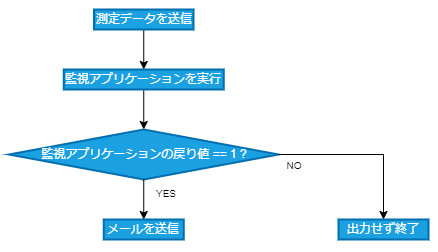
The draw.io diagram docs/img/usecase2_flowchart.drawio.png in Project-GAUDI/ApplicationController, before a commit. Source tidied: cells renumbered, new cells last; positions are measured from the earlier drawing's top-left corner, leaving out a move shared by most shapes. Source of this version:
```xml
<mxGraphModel>
  <root>
    <mxCell id="0" />
    <mxCell id="1" parent="0" />
    <mxCell id="2" value="&lt;p style=&quot;line-height: 200%&quot;&gt;&lt;/p&gt;&lt;div style=&quot;text-align: left&quot;&gt;&lt;br&gt;&lt;/div&gt;&lt;p&gt;&lt;/p&gt;" style="rounded=0;whiteSpace=wrap;html=1;fillColor=#FFFFFF;strokeColor=none;" parent="1" vertex="1">
      <mxGeometry width="437" height="250" as="geometry" />
    </mxCell>
    <mxCell id="3" style="edgeStyle=none;html=1;exitX=0.5;exitY=1;exitDx=0;exitDy=0;entryX=0.5;entryY=0;entryDx=0;entryDy=0;strokeColor=#000000;" parent="1" edge="1" source="4" target="6">
      <mxGeometry relative="1" as="geometry" />
    </mxCell>
    <mxCell id="4" value="測定データを送信" style="whiteSpace=wrap;html=1;strokeWidth=2;fillColor=#1ba1e2;fontColor=#ffffff;strokeColor=#006EAF;" parent="1" vertex="1">
      <mxGeometry x="93.5" y="9" width="99.5" height="20" as="geometry" />
    </mxCell>
    <mxCell id="5" style="edgeStyle=none;html=1;exitX=0.5;exitY=1;exitDx=0;exitDy=0;entryX=0.5;entryY=0;entryDx=0;entryDy=0;entryPerimeter=0;strokeColor=#000000;" parent="1" edge="1" source="6" target="7">
      <mxGeometry relative="1" as="geometry" />
    </mxCell>
    <mxCell id="6" value="監視アプリケーションを実行" style="whiteSpace=wrap;html=1;strokeWidth=2;fillColor=#1ba1e2;fontColor=#ffffff;strokeColor=#006EAF;" parent="1" vertex="1">
      <mxGeometry x="63.2" y="69" width="160" height="20" as="geometry" />
    </mxCell>
    <mxCell id="7" value="監視アプリケーションの戻り値 == 1 ?" style="strokeWidth=2;html=1;shape=mxgraph.flowchart.decision;whiteSpace=wrap;fillColor=#1ba1e2;fontColor=#ffffff;strokeColor=#006EAF;" parent="1" vertex="1">
      <mxGeometry x="8.5" y="129" width="269.5" height="50" as="geometry" />
    </mxCell>
    <mxCell id="8" value="メールを送信" style="whiteSpace=wrap;html=1;strokeWidth=2;fillColor=#1ba1e2;fontColor=#ffffff;strokeColor=#006EAF;" parent="1" vertex="1">
      <mxGeometry x="103.2" y="219" width="80" height="20" as="geometry" />
    </mxCell>
    <mxCell id="9" value="&lt;font style=&quot;font-size: 10px&quot;&gt;YES&lt;/font&gt;" style="text;html=1;strokeColor=none;fillColor=none;align=center;verticalAlign=middle;whiteSpace=wrap;rounded=0;fontColor=#000000;" parent="1" vertex="1">
      <mxGeometry x="141" y="179" width="50" height="27" as="geometry" />
    </mxCell>
    <mxCell id="10" value="出力せず終了" style="whiteSpace=wrap;html=1;strokeWidth=2;fillColor=#1ba1e2;fontColor=#ffffff;strokeColor=#006EAF;" parent="1" vertex="1">
      <mxGeometry x="338" y="219" width="90" height="20" as="geometry" />
    </mxCell>
    <mxCell id="11" value="&lt;span style=&quot;font-size: 10px&quot;&gt;NO&lt;/span&gt;" style="text;html=1;strokeColor=none;fillColor=none;align=center;verticalAlign=middle;whiteSpace=wrap;rounded=0;fontColor=#000000;" parent="1" vertex="1">
      <mxGeometry x="268.5" y="151" width="50" height="27" as="geometry" />
    </mxCell>
    <mxCell id="12" style="edgeStyle=none;html=1;exitX=0.5;exitY=1;exitDx=0;exitDy=0;entryX=0.5;entryY=0;entryDx=0;entryDy=0;strokeColor=#000000;exitPerimeter=0;" parent="1" edge="1" source="7" target="8">
      <mxGeometry relative="1" as="geometry" />
    </mxCell>
    <mxCell id="13" style="edgeStyle=none;html=1;exitX=1;exitY=0.5;exitDx=0;exitDy=0;entryX=0.5;entryY=0;entryDx=0;entryDy=0;strokeColor=#000000;exitPerimeter=0;rounded=0;" parent="1" edge="1" source="7" target="10">
      <mxGeometry relative="1" as="geometry">
        <Array as="points">
          <mxPoint x="383" y="154" />
        </Array>
      </mxGeometry>
    </mxCell>
  </root>
</mxGraphModel>
```
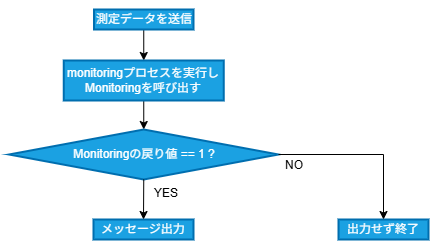
The same file after the commit.

Diff of the diagram source:
```diff
@@ -14,22 +14,22 @@
     <mxCell id="5" style="edgeStyle=none;html=1;exitX=0.5;exitY=1;exitDx=0;exitDy=0;entryX=0.5;entryY=0;entryDx=0;entryDy=0;entryPerimeter=0;strokeColor=#000000;" parent="1" edge="1" source="6" target="7">
       <mxGeometry relative="1" as="geometry" />
     </mxCell>
-    <mxCell id="6" value="監視アプリケーションを実行" style="whiteSpace=wrap;html=1;strokeWidth=2;fillColor=#1ba1e2;fontColor=#ffffff;strokeColor=#006EAF;" parent="1" vertex="1">
-      <mxGeometry x="63.2" y="69" width="160" height="20" as="geometry" />
+    <mxCell id="6" value="&lt;font&gt;&lt;span style=&quot;text-align: left;&quot;&gt;&lt;font style=&quot;color: rgb(255, 255, 255);&quot;&gt;monitoring&lt;/font&gt;&lt;/span&gt;&lt;font style=&quot;color: rgb(255, 255, 255);&quot;&gt;プロセスを実行し&lt;br&gt;&lt;/font&gt;&lt;/font&gt;&lt;div&gt;&lt;font&gt;&lt;font style=&quot;background-color: transparent; scrollbar-color: rgb(226, 226, 226) rgb(251, 251, 251); color: rgb(255, 255, 255);&quot;&gt;Monitoring&lt;/font&gt;&lt;font style=&quot;color: rgb(255, 255, 255);&quot;&gt;を呼び出す&lt;/font&gt;&lt;/font&gt;&lt;/div&gt;" style="whiteSpace=wrap;html=1;strokeWidth=2;fillColor=#1ba1e2;fontColor=#ffffff;strokeColor=#006EAF;" parent="1" vertex="1">
+      <mxGeometry x="63.2" y="60" width="160" height="40" as="geometry" />
     </mxCell>
-    <mxCell id="7" value="監視アプリケーションの戻り値 == 1 ?" style="strokeWidth=2;html=1;shape=mxgraph.flowchart.decision;whiteSpace=wrap;fillColor=#1ba1e2;fontColor=#ffffff;strokeColor=#006EAF;" parent="1" vertex="1">
+    <mxCell id="7" value="&lt;span style=&quot;color: rgb(255, 255, 255);&quot;&gt;Monitoring&lt;/span&gt;の戻り値 == 1 ?" style="strokeWidth=2;html=1;shape=mxgraph.flowchart.decision;whiteSpace=wrap;fillColor=#1ba1e2;fontColor=#ffffff;strokeColor=#006EAF;" parent="1" vertex="1">
       <mxGeometry x="8.5" y="129" width="269.5" height="50" as="geometry" />
     </mxCell>
-    <mxCell id="8" value="メールを送信" style="whiteSpace=wrap;html=1;strokeWidth=2;fillColor=#1ba1e2;fontColor=#ffffff;strokeColor=#006EAF;" parent="1" vertex="1">
-      <mxGeometry x="103.2" y="219" width="80" height="20" as="geometry" />
+    <mxCell id="8" value="メッセージ出力" style="whiteSpace=wrap;html=1;strokeWidth=2;fillColor=#1ba1e2;fontColor=#ffffff;strokeColor=#006EAF;" parent="1" vertex="1">
+      <mxGeometry x="93" y="219" width="100" height="20" as="geometry" />
     </mxCell>
-    <mxCell id="9" value="&lt;font style=&quot;font-size: 10px&quot;&gt;YES&lt;/font&gt;" style="text;html=1;strokeColor=none;fillColor=none;align=center;verticalAlign=middle;whiteSpace=wrap;rounded=0;fontColor=#000000;" parent="1" vertex="1">
+    <mxCell id="9" value="&lt;font&gt;YES&lt;/font&gt;" style="text;html=1;strokeColor=none;fillColor=none;align=center;verticalAlign=middle;whiteSpace=wrap;rounded=0;fontColor=#000000;" parent="1" vertex="1">
       <mxGeometry x="141" y="179" width="50" height="27" as="geometry" />
     </mxCell>
     <mxCell id="10" value="出力せず終了" style="whiteSpace=wrap;html=1;strokeWidth=2;fillColor=#1ba1e2;fontColor=#ffffff;strokeColor=#006EAF;" parent="1" vertex="1">
       <mxGeometry x="338" y="219" width="90" height="20" as="geometry" />
     </mxCell>
-    <mxCell id="11" value="&lt;span style=&quot;font-size: 10px&quot;&gt;NO&lt;/span&gt;" style="text;html=1;strokeColor=none;fillColor=none;align=center;verticalAlign=middle;whiteSpace=wrap;rounded=0;fontColor=#000000;" parent="1" vertex="1">
+    <mxCell id="11" value="&lt;font&gt;NO&lt;/font&gt;" style="text;html=1;strokeColor=none;fillColor=none;align=center;verticalAlign=middle;whiteSpace=wrap;rounded=0;fontColor=#000000;" parent="1" vertex="1">
       <mxGeometry x="268.5" y="151" width="50" height="27" as="geometry" />
     </mxCell>
     <mxCell id="12" style="edgeStyle=none;html=1;exitX=0.5;exitY=1;exitDx=0;exitDy=0;entryX=0.5;entryY=0;entryDx=0;entryDy=0;strokeColor=#000000;exitPerimeter=0;" parent="1" edge="1" source="7" target="8">
```
